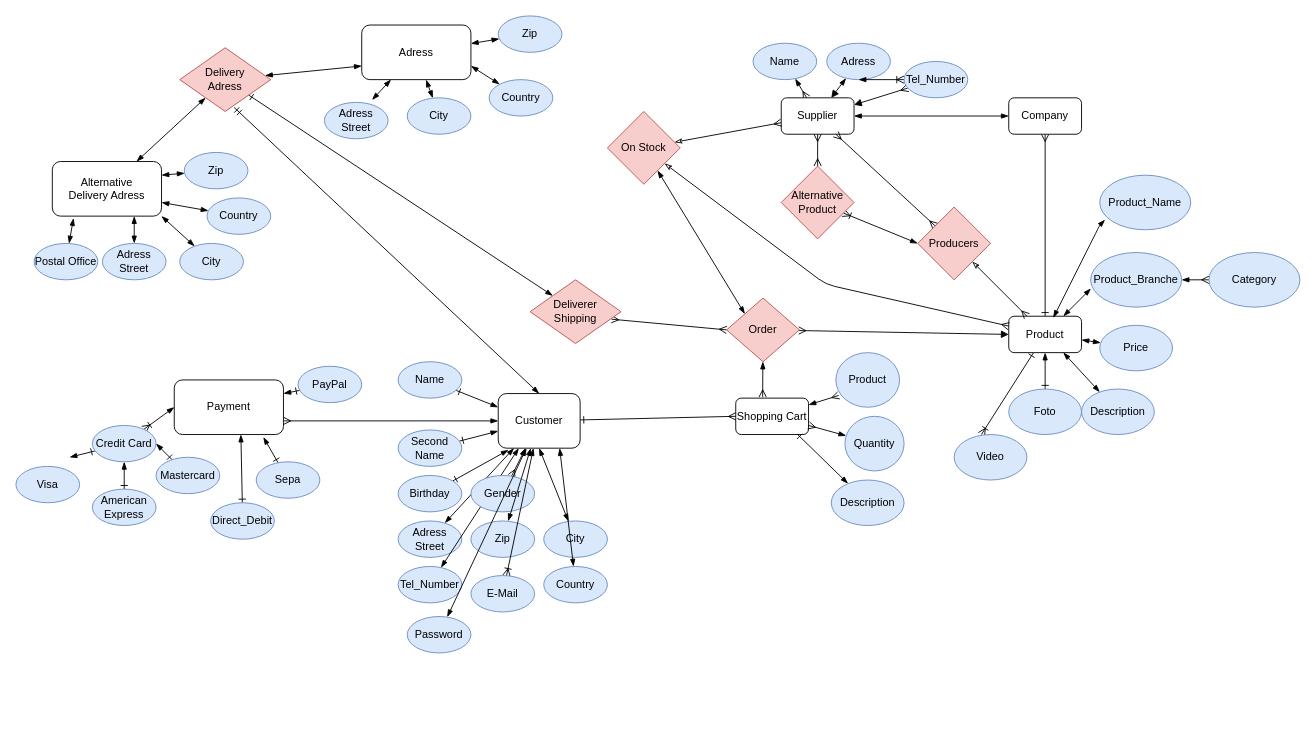
Before: page "Famazon-Visual 2" (2 of 3) of Michael/FamazonMichael.drawio in MichaelGarrigosa/backenddayone, a draw.io diagram. Source tidied: cells renumbered, new cells numbered last; positions are measured from the earlier drawing's top-left corner, leaving out a move shared by most shapes. Both pictures are drawn from the tidied source at 91%, with x=0, y=0 at pixel (15, 15).
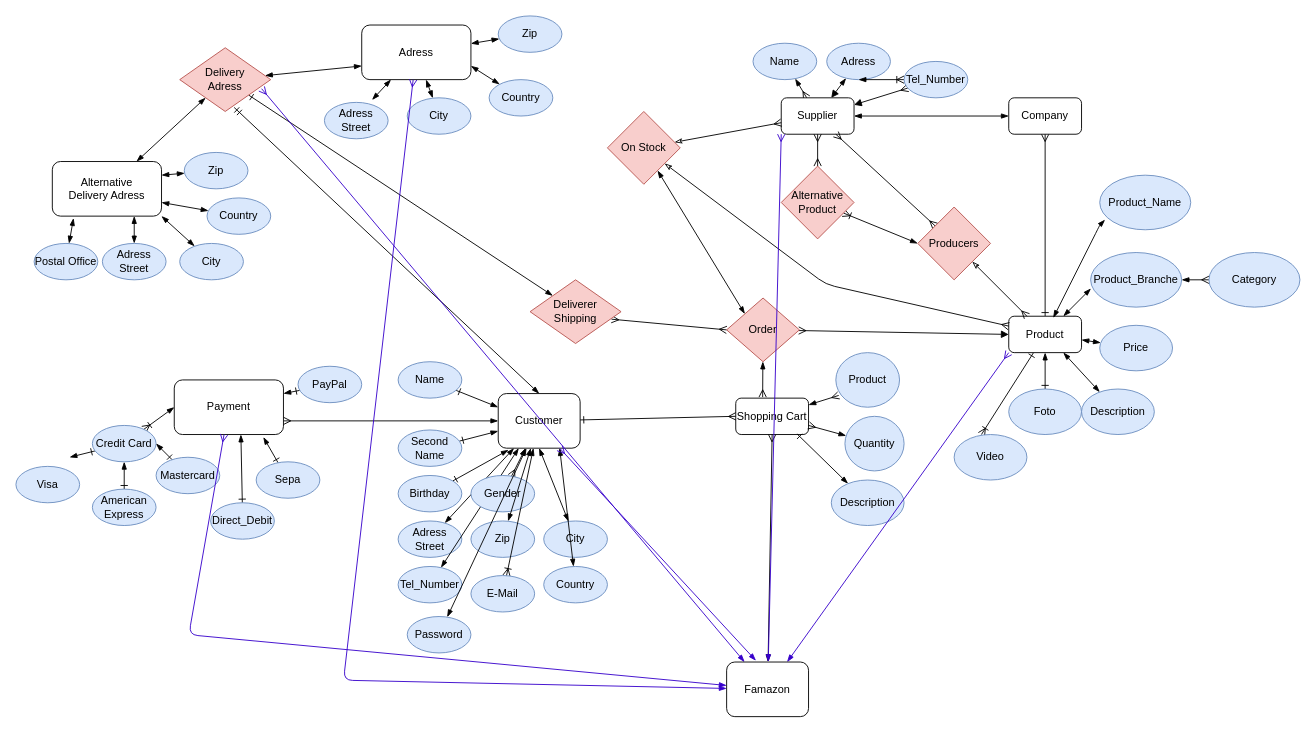
The same diagram, later.

Unchanged cells that the change refers to:
```xml
<mxCell id="6" value="Product" style="rounded=1;whiteSpace=wrap;html=1;" parent="1" vertex="1">
  <mxGeometry x="1091" y="330" width="80" height="40" as="geometry" />
</mxCell>
<mxCell id="13" value="Shopping Cart" style="rounded=1;whiteSpace=wrap;html=1;" parent="1" vertex="1">
  <mxGeometry x="791" y="420" width="80" height="40" as="geometry" />
</mxCell>
<mxCell id="25" value="Supplier" style="rounded=1;whiteSpace=wrap;html=1;" parent="1" vertex="1">
  <mxGeometry x="841" y="90" width="80" height="40" as="geometry" />
</mxCell>
<mxCell id="51" value="Customer" style="rounded=1;whiteSpace=wrap;html=1;" parent="1" vertex="1">
  <mxGeometry x="530" y="415" width="90" height="60" as="geometry" />
</mxCell>
<mxCell id="86" value="Payment" style="rounded=1;whiteSpace=wrap;html=1;" parent="1" vertex="1">
  <mxGeometry x="174" y="400" width="120" height="60" as="geometry" />
</mxCell>
<mxCell id="87" value="Adress" style="rounded=1;whiteSpace=wrap;html=1;" parent="1" vertex="1">
  <mxGeometry x="380" y="10" width="120" height="60" as="geometry" />
</mxCell>
<mxCell id="92" value="Delivery &lt;br&gt;Adress" style="rhombus;whiteSpace=wrap;html=1;fillColor=#f8cecc;strokeColor=#b85450;" parent="1" vertex="1">
  <mxGeometry x="180" y="35" width="100" height="70" as="geometry" />
</mxCell>
```

The edit, as a diff of the source:
```diff
@@
+    <mxCell id="115" style="edgeStyle=none;html=1;entryX=0.75;entryY=1;entryDx=0;entryDy=0;startArrow=blockThin;startFill=1;endArrow=ERmany;endFill=0;exitX=0.358;exitY=-0.025;exitDx=0;exitDy=0;exitPerimeter=0;fillColor=#6a00ff;strokeColor=#3700CC;" parent="1" edge="1" source="122" target="51">
+      <mxGeometry relative="1" as="geometry" />
+    </mxCell>
+    <mxCell id="116" style="edgeStyle=none;html=1;entryX=0.9;entryY=0.643;entryDx=0;entryDy=0;entryPerimeter=0;startArrow=blockThin;startFill=1;endArrow=ERmany;endFill=0;fillColor=#6a00ff;strokeColor=#3700CC;" parent="1" edge="1" source="122" target="92">
+      <mxGeometry relative="1" as="geometry" />
+    </mxCell>
+    <mxCell id="117" style="edgeStyle=none;html=1;entryX=0.5;entryY=1;entryDx=0;entryDy=0;startArrow=blockThin;startFill=1;endArrow=ERmany;endFill=0;" parent="1" edge="1" source="122" target="13">
+      <mxGeometry relative="1" as="geometry" />
+    </mxCell>
+    <mxCell id="118" style="edgeStyle=none;html=1;entryX=0;entryY=1;entryDx=0;entryDy=0;startArrow=blockThin;startFill=1;endArrow=ERmany;endFill=0;fillColor=#6a00ff;strokeColor=#3700CC;" parent="1" edge="1" source="122" target="6">
+      <mxGeometry relative="1" as="geometry" />
+    </mxCell>
+    <mxCell id="119" style="edgeStyle=none;html=1;entryX=0;entryY=1;entryDx=0;entryDy=0;startArrow=blockThin;startFill=1;endArrow=ERmany;endFill=0;fillColor=#6a00ff;strokeColor=#3700CC;" parent="1" edge="1" source="122" target="25">
+      <mxGeometry relative="1" as="geometry" />
+    </mxCell>
+    <mxCell id="120" style="edgeStyle=none;html=1;startArrow=blockThin;startFill=1;endArrow=ERmany;endFill=0;fillColor=#6a00ff;strokeColor=#3700CC;" parent="1" edge="1" source="122" target="87">
+      <mxGeometry relative="1" as="geometry">
+        <Array as="points">
+          <mxPoint x="360" y="730" />
+        </Array>
+      </mxGeometry>
+    </mxCell>
+    <mxCell id="121" style="edgeStyle=none;html=1;startArrow=blockThin;startFill=1;endArrow=ERmany;endFill=0;fillColor=#6a00ff;strokeColor=#3700CC;" parent="1" edge="1" source="122" target="86">
+      <mxGeometry relative="1" as="geometry">
+        <Array as="points">
+          <mxPoint x="190" y="680" />
+        </Array>
+      </mxGeometry>
+    </mxCell>
+    <mxCell id="122" value="Famazon" style="rounded=1;whiteSpace=wrap;html=1;" parent="1" vertex="1">
+      <mxGeometry x="781" y="710" width="90" height="60" as="geometry" />
+    </mxCell>
```
